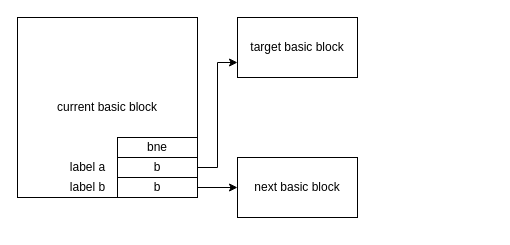
ganjue66da/ganjue66da keeps this draw.io diagram as page "Page-5" (5 of 43) of lajit.drawio. Above is the earlier version. Source tidied: cells renumbered, new cells numbered last; positions are measured from the earlier drawing's top-left corner, leaving out a move shared by most shapes. Both pictures are drawn from the tidied source at 100%, with x=0, y=0 at pixel (17, 17).
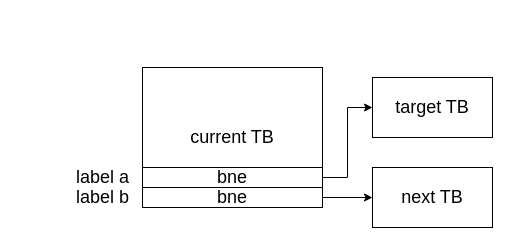
Above is the later version.

What changed in the source:
```diff
@@
 <mxGraphModel>
   <root>
     <mxCell id="0" />
     <mxCell id="1" parent="0" />
-    <mxCell id="2" value="target basic block" style="rounded=0;whiteSpace=wrap;html=1;" parent="1" vertex="1">
-      <mxGeometry x="220" width="120" height="60" as="geometry" />
-    </mxCell>
-    <mxCell id="3" value="next basic block" style="rounded=0;whiteSpace=wrap;html=1;" parent="1" vertex="1">
-      <mxGeometry x="220" y="140" width="120" height="60" as="geometry" />
-    </mxCell>
-    <mxCell id="4" value="current basic block" style="rounded=0;whiteSpace=wrap;html=1;" parent="1" vertex="1">
-      <mxGeometry width="180" height="180" as="geometry" />
-    </mxCell>
-    <mxCell id="5" value="bne" style="rounded=0;whiteSpace=wrap;html=1;" parent="1" vertex="1">
-      <mxGeometry x="100" y="120" width="80" height="20" as="geometry" />
-    </mxCell>
-    <mxCell id="6" style="edgeStyle=orthogonalEdgeStyle;rounded=0;jettySize=auto;html=1;exitX=1;exitY=0.5;exitDx=0;exitDy=0;entryX=0;entryY=0.75;entryDx=0;entryDy=0;" parent="1" edge="1" source="7" target="2">
-      <mxGeometry relative="1" as="geometry" />
-    </mxCell>
-    <mxCell id="7" value="b" style="rounded=0;whiteSpace=wrap;html=1;" parent="1" vertex="1">
-      <mxGeometry x="100" y="140" width="80" height="20" as="geometry" />
-    </mxCell>
-    <mxCell id="8" style="edgeStyle=orthogonalEdgeStyle;rounded=0;jettySize=auto;html=1;exitX=1;exitY=0.5;exitDx=0;exitDy=0;entryX=0;entryY=0.5;entryDx=0;entryDy=0;" parent="1" edge="1" source="9" target="3">
-      <mxGeometry relative="1" as="geometry" />
-    </mxCell>
-    <mxCell id="9" value="b" style="rounded=0;whiteSpace=wrap;html=1;" parent="1" vertex="1">
-      <mxGeometry x="100" y="160" width="80" height="20" as="geometry" />
-    </mxCell>
+    <mxCell id="12" value="&lt;font style=&quot;font-size: 18px;&quot;&gt;current TB&lt;/font&gt;" style="rounded=0;whiteSpace=wrap;html=1;" parent="1" vertex="1">
+      <mxGeometry x="125" y="50" width="180" height="140" as="geometry" />
+    </mxCell>
+    <mxCell id="13" style="edgeStyle=orthogonalEdgeStyle;rounded=0;jettySize=auto;html=1;exitX=1;exitY=0.5;exitDx=0;exitDy=0;entryX=0;entryY=0.5;entryDx=0;entryDy=0;" parent="1" edge="1" source="14" target="15">
+      <mxGeometry relative="1" as="geometry" />
+    </mxCell>
+    <mxCell id="14" value="&lt;font style=&quot;font-size: 18px;&quot;&gt;bne&lt;/font&gt;" style="rounded=0;whiteSpace=wrap;html=1;" parent="1" vertex="1">
+      <mxGeometry x="125" y="150" width="180" height="20" as="geometry" />
+    </mxCell>
+    <mxCell id="15" value="&lt;font style=&quot;font-size: 18px;&quot;&gt;target TB&lt;/font&gt;" style="rounded=0;whiteSpace=wrap;html=1;" parent="1" vertex="1">
+      <mxGeometry x="355" y="60" width="120" height="60" as="geometry" />
+    </mxCell>
-    <mxCell id="10" value="label a" style="text;html=1;align=center;verticalAlign=middle;strokeColor=none;fillColor=none;" parent="1" vertex="1">
-      <mxGeometry x="45" y="140" width="50" height="20" as="geometry" />
+    <mxCell id="10" value="&lt;font style=&quot;font-size: 18px;&quot;&gt;label a&lt;/font&gt;" style="text;html=1;align=center;verticalAlign=middle;strokeColor=none;fillColor=none;" parent="1" vertex="1">
+      <mxGeometry x="45" y="140" width="80" height="40" as="geometry" />
     </mxCell>
+    <mxCell id="16" value="&lt;font style=&quot;font-size: 18px;&quot;&gt;next TB&lt;/font&gt;" style="rounded=0;whiteSpace=wrap;html=1;" parent="1" vertex="1">
+      <mxGeometry x="355" y="150" width="120" height="60" as="geometry" />
+    </mxCell>
+    <mxCell id="17" style="edgeStyle=orthogonalEdgeStyle;rounded=0;jettySize=auto;html=1;" parent="1" edge="1" source="18" target="16">
+      <mxGeometry relative="1" as="geometry" />
+    </mxCell>
+    <mxCell id="18" value="&lt;font style=&quot;font-size: 18px;&quot;&gt;bne&lt;/font&gt;" style="rounded=0;whiteSpace=wrap;html=1;" parent="1" vertex="1">
+      <mxGeometry x="125" y="170" width="180" height="20" as="geometry" />
+    </mxCell>
-    <mxCell id="11" value="label b" style="text;html=1;align=center;verticalAlign=middle;strokeColor=none;fillColor=none;" parent="1" vertex="1">
-      <mxGeometry x="45" y="160" width="50" height="20" as="geometry" />
+    <mxCell id="11" value="&lt;font style=&quot;font-size: 18px;&quot;&gt;label b&lt;/font&gt;" style="text;html=1;align=center;verticalAlign=middle;strokeColor=none;fillColor=none;" parent="1" vertex="1">
+      <mxGeometry x="45" y="160" width="80" height="40" as="geometry" />
     </mxCell>
   </root>
 </mxGraphModel>
```
